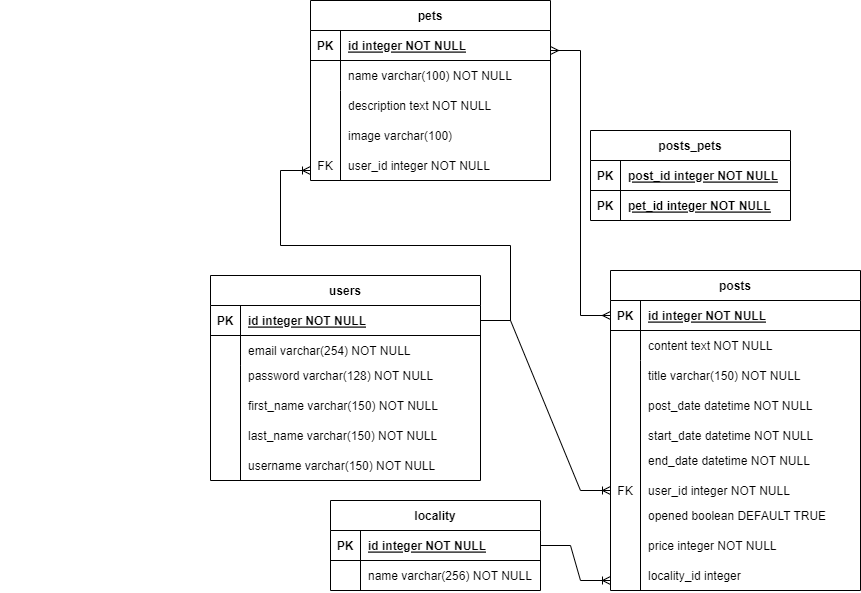
Earlier version of the draw.io export db_scheme.png (PolinaZi/pet_sitting_django). Source tidied: cells renumbered, new cells last; positions are measured from the earlier drawing's top-left corner, leaving out a move shared by most shapes. The source it was exported from:
```xml
<mxGraphModel>
  <root>
    <mxCell id="0" />
    <mxCell id="1" parent="0" />
    <mxCell id="2" value="users" style="shape=table;startSize=30;rowLines=0;fontStyle=1;align=center;" parent="1" vertex="1">
      <mxGeometry x="210" y="275" width="270" height="205" as="geometry" />
    </mxCell>
    <mxCell id="3" style="shape=partialRectangle;fillColor=none;points=[[0,0.5],[1,0.5]];portConstraint=eastwest;top=0;left=0;right=0;bottom=1;" parent="2" vertex="1">
      <mxGeometry y="30" width="270" height="30" as="geometry" />
    </mxCell>
    <mxCell id="4" value="PK" style="shape=partialRectangle;overflow=hidden;fillColor=none;top=0;left=0;bottom=0;right=0;fontStyle=1;" parent="3" vertex="1">
      <mxGeometry width="30" height="30" as="geometry" />
    </mxCell>
    <mxCell id="5" value="id integer NOT NULL" style="shape=partialRectangle;overflow=hidden;fillColor=none;top=0;left=0;bottom=0;right=0;align=left;spacingLeft=6;fontStyle=5;" parent="3" vertex="1">
      <mxGeometry x="30" width="240" height="30" as="geometry" />
    </mxCell>
    <mxCell id="6" style="shape=partialRectangle;fillColor=none;top=0;left=0;right=0;bottom=0;" parent="2" vertex="1">
      <mxGeometry y="60" width="270" height="30" as="geometry" />
    </mxCell>
    <mxCell id="7" style="shape=partialRectangle;overflow=hidden;fillColor=none;top=0;left=0;bottom=0;right=0;" parent="6" vertex="1">
      <mxGeometry width="30" height="30" as="geometry" />
    </mxCell>
    <mxCell id="8" value="email varchar(254) NOT NULL" style="shape=partialRectangle;overflow=hidden;fillColor=none;top=0;left=0;bottom=0;right=0;align=left;spacingLeft=6;" parent="6" vertex="1">
      <mxGeometry x="30" width="240" height="30" as="geometry" />
    </mxCell>
    <mxCell id="9" style="shape=partialRectangle;fillColor=none;top=0;left=0;right=0;bottom=0;" parent="2" vertex="1">
      <mxGeometry y="90" width="270" height="30" as="geometry" />
    </mxCell>
    <mxCell id="10" style="shape=partialRectangle;overflow=hidden;fillColor=none;top=0;left=0;bottom=0;right=0;" parent="9" vertex="1">
      <mxGeometry width="30" height="30" as="geometry" />
    </mxCell>
    <mxCell id="11" style="shape=partialRectangle;overflow=hidden;fillColor=none;top=0;left=0;bottom=0;right=0;align=left;spacingLeft=6;" parent="9" vertex="1">
      <mxGeometry x="30" width="240" height="30" as="geometry" />
    </mxCell>
    <mxCell id="12" style="shape=partialRectangle;overflow=hidden;fillColor=none;top=0;left=0;bottom=0;right=0;" parent="1" vertex="1">
      <mxGeometry x="210" y="365" width="30" height="30" as="geometry" />
    </mxCell>
    <mxCell id="13" value="password varchar(128) NOT NULL" style="shape=partialRectangle;overflow=hidden;fillColor=none;top=0;left=0;bottom=0;right=0;align=left;spacingLeft=6;" parent="1" vertex="1">
      <mxGeometry x="240" y="360" width="220" height="30" as="geometry" />
    </mxCell>
    <mxCell id="14" style="endArrow=none;html=1;rounded=0;" parent="1" edge="1">
      <mxGeometry relative="1" as="geometry">
        <mxPoint x="240" y="480" as="sourcePoint" />
        <mxPoint x="240" y="365" as="targetPoint" />
      </mxGeometry>
    </mxCell>
    <mxCell id="15" style="shape=partialRectangle;overflow=hidden;fillColor=none;top=0;left=0;bottom=0;right=0;fontStyle=0;" parent="1" vertex="1">
      <mxGeometry y="150" width="30" height="30" as="geometry" />
    </mxCell>
    <mxCell id="16" style="shape=partialRectangle;overflow=hidden;fillColor=none;top=0;left=0;bottom=0;right=0;" parent="1" vertex="1">
      <mxGeometry y="180" width="30" height="30" as="geometry" />
    </mxCell>
    <mxCell id="17" value="posts" style="shape=table;startSize=30;rowLines=0;fontStyle=1;align=center;" parent="1" vertex="1">
      <mxGeometry x="610" y="270" width="250" height="320" as="geometry" />
    </mxCell>
    <mxCell id="18" style="shape=partialRectangle;fillColor=none;points=[[0,0.5],[1,0.5]];portConstraint=eastwest;top=0;left=0;right=0;bottom=1;" parent="17" vertex="1">
      <mxGeometry y="30" width="250" height="30" as="geometry" />
    </mxCell>
    <mxCell id="19" value="PK" style="shape=partialRectangle;overflow=hidden;fillColor=none;top=0;left=0;bottom=0;right=0;fontStyle=1;" parent="18" vertex="1">
      <mxGeometry width="30" height="30" as="geometry" />
    </mxCell>
    <mxCell id="20" value="id integer NOT NULL" style="shape=partialRectangle;overflow=hidden;fillColor=none;top=0;left=0;bottom=0;right=0;align=left;spacingLeft=6;fontStyle=5;" parent="18" vertex="1">
      <mxGeometry x="30" width="220" height="30" as="geometry" />
    </mxCell>
    <mxCell id="21" style="shape=partialRectangle;fillColor=none;top=0;left=0;right=0;bottom=0;" parent="17" vertex="1">
      <mxGeometry y="60" width="250" height="30" as="geometry" />
    </mxCell>
    <mxCell id="22" style="shape=partialRectangle;overflow=hidden;fillColor=none;top=0;left=0;bottom=0;right=0;" parent="21" vertex="1">
      <mxGeometry width="30" height="30" as="geometry" />
    </mxCell>
    <mxCell id="23" value="content text NOT NULL" style="shape=partialRectangle;overflow=hidden;fillColor=none;top=0;left=0;bottom=0;right=0;align=left;spacingLeft=6;" parent="21" vertex="1">
      <mxGeometry x="30" width="220" height="30" as="geometry" />
    </mxCell>
    <mxCell id="24" style="shape=partialRectangle;overflow=hidden;fillColor=none;top=0;left=0;bottom=0;right=0;" parent="1" vertex="1">
      <mxGeometry x="610" y="360" width="30" height="30" as="geometry" />
    </mxCell>
    <mxCell id="25" value="title varchar(150) NOT NULL" style="shape=partialRectangle;overflow=hidden;fillColor=none;top=0;left=0;bottom=0;right=0;align=left;spacingLeft=6;" parent="1" vertex="1">
      <mxGeometry x="640" y="360" width="220" height="30" as="geometry" />
    </mxCell>
    <mxCell id="26" style="endArrow=none;html=1;rounded=0;" parent="1" edge="1">
      <mxGeometry relative="1" as="geometry">
        <mxPoint x="640" y="590" as="sourcePoint" />
        <mxPoint x="640" y="360" as="targetPoint" />
      </mxGeometry>
    </mxCell>
    <mxCell id="27" value="FK" style="shape=partialRectangle;overflow=hidden;fillColor=none;top=0;left=0;bottom=0;right=0;" parent="1" vertex="1">
      <mxGeometry x="610" y="475" width="30" height="30" as="geometry" />
    </mxCell>
    <mxCell id="28" value="post_date datetime NOT NULL" style="shape=partialRectangle;overflow=hidden;fillColor=none;top=0;left=0;bottom=0;right=0;align=left;spacingLeft=6;" parent="1" vertex="1">
      <mxGeometry x="640" y="390" width="220" height="30" as="geometry" />
    </mxCell>
    <mxCell id="29" value="pets" style="shape=table;startSize=30;rowLines=0;fontStyle=1;align=center;" parent="1" vertex="1">
      <mxGeometry x="310" width="240" height="180" as="geometry" />
    </mxCell>
    <mxCell id="30" style="shape=partialRectangle;fillColor=none;top=0;left=0;right=0;bottom=1;" parent="29" vertex="1">
      <mxGeometry y="30" width="240" height="30" as="geometry" />
    </mxCell>
    <mxCell id="31" value="PK" style="shape=partialRectangle;overflow=hidden;fillColor=none;top=0;left=0;bottom=0;right=0;fontStyle=1;" parent="30" vertex="1">
      <mxGeometry width="30" height="30" as="geometry" />
    </mxCell>
    <mxCell id="32" value="id integer NOT NULL" style="shape=partialRectangle;overflow=hidden;fillColor=none;top=0;left=0;bottom=0;right=0;align=left;spacingLeft=6;fontStyle=5;" parent="30" vertex="1">
      <mxGeometry x="30" width="210" height="30" as="geometry" />
    </mxCell>
    <mxCell id="33" style="shape=partialRectangle;fillColor=none;top=0;left=0;right=0;bottom=0;" parent="29" vertex="1">
      <mxGeometry y="60" width="240" height="30" as="geometry" />
    </mxCell>
    <mxCell id="34" style="shape=partialRectangle;overflow=hidden;fillColor=none;top=0;left=0;bottom=0;right=0;" parent="33" vertex="1">
      <mxGeometry width="30" height="30" as="geometry" />
    </mxCell>
    <mxCell id="35" value="name varchar(100) NOT NULL" style="shape=partialRectangle;overflow=hidden;fillColor=none;top=0;left=0;bottom=0;right=0;align=left;spacingLeft=6;" parent="33" vertex="1">
      <mxGeometry x="30" width="210" height="30" as="geometry" />
    </mxCell>
    <mxCell id="36" style="shape=partialRectangle;overflow=hidden;fillColor=none;top=0;left=0;bottom=0;right=0;" parent="1" vertex="1">
      <mxGeometry x="310" y="90" width="30" height="30" as="geometry" />
    </mxCell>
    <mxCell id="37" value="description text NOT NULL" style="shape=partialRectangle;overflow=hidden;fillColor=none;top=0;left=0;bottom=0;right=0;align=left;spacingLeft=6;" parent="1" vertex="1">
      <mxGeometry x="340" y="90" width="165" height="30" as="geometry" />
    </mxCell>
    <mxCell id="38" style="endArrow=none;html=1;rounded=0;" parent="1" edge="1">
      <mxGeometry relative="1" as="geometry">
        <mxPoint x="340" y="180" as="sourcePoint" />
        <mxPoint x="340" y="90" as="targetPoint" />
      </mxGeometry>
    </mxCell>
    <mxCell id="39" value="user_id integer NOT NULL" style="shape=partialRectangle;overflow=hidden;fillColor=none;top=0;left=0;bottom=0;right=0;align=left;spacingLeft=6;" parent="1" vertex="1">
      <mxGeometry x="340" y="150" width="165" height="30" as="geometry" />
    </mxCell>
    <mxCell id="40" value="first_name varchar(150) NOT NULL" style="shape=partialRectangle;overflow=hidden;fillColor=none;top=0;left=0;bottom=0;right=0;align=left;spacingLeft=6;" parent="1" vertex="1">
      <mxGeometry x="240" y="390" width="220" height="30" as="geometry" />
    </mxCell>
    <mxCell id="41" value="last_name varchar(150) NOT NULL" style="shape=partialRectangle;overflow=hidden;fillColor=none;top=0;left=0;bottom=0;right=0;align=left;spacingLeft=6;" parent="1" vertex="1">
      <mxGeometry x="240" y="420" width="220" height="30" as="geometry" />
    </mxCell>
    <mxCell id="42" value="username varchar(150) NOT NULL" style="shape=partialRectangle;overflow=hidden;fillColor=none;top=0;left=0;bottom=0;right=0;align=left;spacingLeft=6;" parent="1" vertex="1">
      <mxGeometry x="240" y="450" width="220" height="30" as="geometry" />
    </mxCell>
    <mxCell id="43" value="FK" style="shape=partialRectangle;overflow=hidden;fillColor=none;top=0;left=0;bottom=0;right=0;fontStyle=0;" parent="1" vertex="1">
      <mxGeometry x="310" y="150" width="30" height="30" as="geometry" />
    </mxCell>
    <mxCell id="44" value="start_date datetime NOT NULL" style="shape=partialRectangle;overflow=hidden;fillColor=none;top=0;left=0;bottom=0;right=0;align=left;spacingLeft=6;" parent="1" vertex="1">
      <mxGeometry x="640" y="420" width="220" height="30" as="geometry" />
    </mxCell>
    <mxCell id="45" value="end_date datetime NOT NULL" style="shape=partialRectangle;overflow=hidden;fillColor=none;top=0;left=0;bottom=0;right=0;align=left;spacingLeft=6;" parent="1" vertex="1">
      <mxGeometry x="640" y="445" width="220" height="30" as="geometry" />
    </mxCell>
    <mxCell id="46" value="user_id integer NOT NULL" style="shape=partialRectangle;overflow=hidden;fillColor=none;top=0;left=0;bottom=0;right=0;align=left;spacingLeft=6;" parent="1" vertex="1">
      <mxGeometry x="640" y="475" width="220" height="30" as="geometry" />
    </mxCell>
    <mxCell id="47" value="opened boolean DEFAULT TRUE" style="shape=partialRectangle;overflow=hidden;fillColor=none;top=0;left=0;bottom=0;right=0;align=left;spacingLeft=6;" parent="1" vertex="1">
      <mxGeometry x="640" y="500" width="220" height="30" as="geometry" />
    </mxCell>
    <mxCell id="48" style="edgeStyle=entityRelationEdgeStyle;fontSize=12;html=1;endArrow=ERoneToMany;rounded=0;" parent="1" edge="1" source="3">
      <mxGeometry relative="1" as="geometry">
        <mxPoint x="310" y="170" as="targetPoint" />
      </mxGeometry>
    </mxCell>
    <mxCell id="49" style="edgeStyle=entityRelationEdgeStyle;fontSize=12;html=1;endArrow=ERoneToMany;rounded=0;exitX=1;exitY=0.5;exitDx=0;exitDy=0;" parent="1" edge="1" source="3">
      <mxGeometry relative="1" as="geometry">
        <mxPoint x="610" y="490" as="targetPoint" />
      </mxGeometry>
    </mxCell>
    <mxCell id="50" style="edgeStyle=entityRelationEdgeStyle;fontSize=12;html=1;endArrow=ERmany;startArrow=ERmany;rounded=0;entryX=0;entryY=0.5;entryDx=0;entryDy=0;" parent="1" edge="1" target="18">
      <mxGeometry relative="1" as="geometry">
        <mxPoint x="550" y="50" as="sourcePoint" />
      </mxGeometry>
    </mxCell>
    <mxCell id="51" value="posts_pets" style="shape=table;startSize=30;rowLines=0;fontStyle=1;align=center;" parent="1" vertex="1">
      <mxGeometry x="590" y="130" width="200" height="90" as="geometry" />
    </mxCell>
    <mxCell id="52" style="shape=partialRectangle;fillColor=none;top=0;left=0;right=0;bottom=1;" parent="51" vertex="1">
      <mxGeometry y="30" width="200" height="30" as="geometry" />
    </mxCell>
    <mxCell id="53" value="PK" style="shape=partialRectangle;overflow=hidden;fillColor=none;top=0;left=0;bottom=0;right=0;fontStyle=1;" parent="52" vertex="1">
      <mxGeometry width="30" height="30" as="geometry" />
    </mxCell>
    <mxCell id="54" value="post_id integer NOT NULL" style="shape=partialRectangle;overflow=hidden;fillColor=none;top=0;left=0;bottom=0;right=0;align=left;spacingLeft=6;fontStyle=5;" parent="52" vertex="1">
      <mxGeometry x="30" width="170" height="30" as="geometry" />
    </mxCell>
    <mxCell id="55" style="shape=partialRectangle;fillColor=none;top=0;left=0;right=0;bottom=0;" parent="51" vertex="1">
      <mxGeometry y="60" width="200" height="30" as="geometry" />
    </mxCell>
    <mxCell id="56" style="shape=partialRectangle;overflow=hidden;fillColor=none;top=0;left=0;bottom=0;right=0;" parent="55" vertex="1">
      <mxGeometry width="30" height="30" as="geometry" />
    </mxCell>
    <mxCell id="57" style="shape=partialRectangle;overflow=hidden;fillColor=none;top=0;left=0;bottom=0;right=0;align=left;spacingLeft=6;" parent="55" vertex="1">
      <mxGeometry x="30" width="170" height="30" as="geometry" />
    </mxCell>
    <mxCell id="58" style="shape=partialRectangle;overflow=hidden;fillColor=none;top=0;left=0;bottom=0;right=0;" parent="1" vertex="1">
      <mxGeometry x="590" y="150" width="30" height="30" as="geometry" />
    </mxCell>
    <mxCell id="59" value="pet_id integer NOT NULL" style="shape=partialRectangle;overflow=hidden;fillColor=none;top=0;left=0;bottom=0;right=0;align=left;spacingLeft=6;fontStyle=5;" parent="1" vertex="1">
      <mxGeometry x="620" y="190" width="210" height="30" as="geometry" />
    </mxCell>
    <mxCell id="60" value="PK" style="shape=partialRectangle;overflow=hidden;fillColor=none;top=0;left=0;bottom=0;right=0;fontStyle=1;" parent="1" vertex="1">
      <mxGeometry x="590" y="190" width="30" height="30" as="geometry" />
    </mxCell>
    <mxCell id="61" value="price integer NOT NULL" style="shape=partialRectangle;overflow=hidden;fillColor=none;top=0;left=0;bottom=0;right=0;align=left;spacingLeft=6;" parent="1" vertex="1">
      <mxGeometry x="640" y="530" width="220" height="30" as="geometry" />
    </mxCell>
    <mxCell id="62" value="image varchar(100) " style="shape=partialRectangle;overflow=hidden;fillColor=none;top=0;left=0;bottom=0;right=0;align=left;spacingLeft=6;" parent="1" vertex="1">
      <mxGeometry x="340" y="120" width="180" height="30" as="geometry" />
    </mxCell>
    <mxCell id="63" value="locality_id integer " style="shape=partialRectangle;overflow=hidden;fillColor=none;top=0;left=0;bottom=0;right=0;align=left;spacingLeft=6;" parent="1" vertex="1">
      <mxGeometry x="640" y="560" width="220" height="30" as="geometry" />
    </mxCell>
    <mxCell id="64" value="locality" style="shape=table;startSize=30;rowLines=0;fontStyle=1;align=center;" parent="1" vertex="1">
      <mxGeometry x="330" y="500" width="210" height="90" as="geometry" />
    </mxCell>
    <mxCell id="65" style="shape=partialRectangle;fillColor=none;points=[[0,0.5],[1,0.5]];portConstraint=eastwest;top=0;left=0;right=0;bottom=1;" parent="64" vertex="1">
      <mxGeometry y="30" width="210" height="30" as="geometry" />
    </mxCell>
    <mxCell id="66" value="PK" style="shape=partialRectangle;overflow=hidden;fillColor=none;top=0;left=0;bottom=0;right=0;fontStyle=1;" parent="65" vertex="1">
      <mxGeometry width="30" height="30" as="geometry" />
    </mxCell>
    <mxCell id="67" value="id integer NOT NULL" style="shape=partialRectangle;overflow=hidden;fillColor=none;top=0;left=0;bottom=0;right=0;align=left;spacingLeft=6;fontStyle=5;" parent="65" vertex="1">
      <mxGeometry x="30" width="180" height="30" as="geometry" />
    </mxCell>
    <mxCell id="68" style="shape=partialRectangle;fillColor=none;top=0;left=0;right=0;bottom=0;" parent="64" vertex="1">
      <mxGeometry y="60" width="210" height="30" as="geometry" />
    </mxCell>
    <mxCell id="69" style="shape=partialRectangle;overflow=hidden;fillColor=none;top=0;left=0;bottom=0;right=0;" parent="68" vertex="1">
      <mxGeometry width="30" height="30" as="geometry" />
    </mxCell>
    <mxCell id="70" style="shape=partialRectangle;overflow=hidden;fillColor=none;top=0;left=0;bottom=0;right=0;align=left;spacingLeft=6;" parent="68" vertex="1">
      <mxGeometry x="30" width="180" height="30" as="geometry" />
    </mxCell>
    <mxCell id="71" style="shape=partialRectangle;overflow=hidden;fillColor=none;top=0;left=0;bottom=0;right=0;" parent="1" vertex="1">
      <mxGeometry x="330" y="520" width="30" height="30" as="geometry" />
    </mxCell>
    <mxCell id="72" value="name varchar(256) NOT NULL" style="shape=partialRectangle;overflow=hidden;fillColor=none;top=0;left=0;bottom=0;right=0;align=left;spacingLeft=6;fontStyle=0;" parent="1" vertex="1">
      <mxGeometry x="360" y="560" width="210" height="30" as="geometry" />
    </mxCell>
    <mxCell id="73" style="edgeStyle=entityRelationEdgeStyle;fontSize=12;html=1;endArrow=ERoneToMany;rounded=0;strokeColor=#000000;fillColor=#D89EFF;exitX=1;exitY=0.5;exitDx=0;exitDy=0;" parent="1" edge="1" source="65">
      <mxGeometry relative="1" as="geometry">
        <mxPoint x="610" y="580" as="targetPoint" />
      </mxGeometry>
    </mxCell>
  </root>
</mxGraphModel>
```
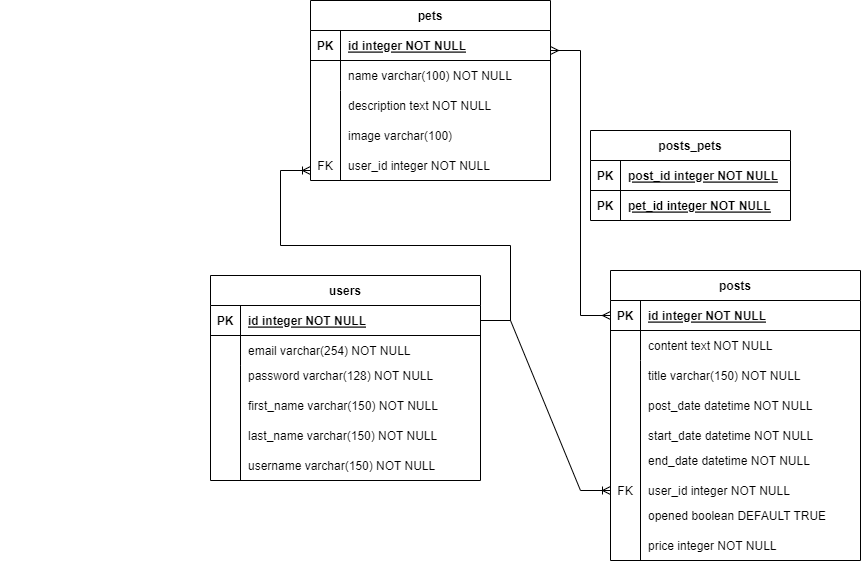
After the change.

Commit message:
dropped locality

Diff of the diagram source:
```diff
@@ -51,7 +51,7 @@
       <mxGeometry y="180" width="30" height="30" as="geometry" />
     </mxCell>
     <mxCell id="17" value="posts" style="shape=table;startSize=30;rowLines=0;fontStyle=1;align=center;" parent="1" vertex="1">
-      <mxGeometry x="610" y="270" width="250" height="320" as="geometry" />
+      <mxGeometry x="610" y="270" width="250" height="290" as="geometry" />
     </mxCell>
     <mxCell id="18" style="shape=partialRectangle;fillColor=none;points=[[0,0.5],[1,0.5]];portConstraint=eastwest;top=0;left=0;right=0;bottom=1;" parent="17" vertex="1">
       <mxGeometry y="30" width="250" height="30" as="geometry" />
@@ -79,7 +79,7 @@
     </mxCell>
     <mxCell id="26" style="endArrow=none;html=1;rounded=0;" parent="1" edge="1">
       <mxGeometry relative="1" as="geometry">
-        <mxPoint x="640" y="590" as="sourcePoint" />
+        <mxPoint x="640" y="560" as="sourcePoint" />
         <mxPoint x="640" y="360" as="targetPoint" />
       </mxGeometry>
     </mxCell>
@@ -200,40 +200,5 @@
     <mxCell id="62" value="image varchar(100) " style="shape=partialRectangle;overflow=hidden;fillColor=none;top=0;left=0;bottom=0;right=0;align=left;spacingLeft=6;" parent="1" vertex="1">
       <mxGeometry x="340" y="120" width="180" height="30" as="geometry" />
     </mxCell>
-    <mxCell id="63" value="locality_id integer " style="shape=partialRectangle;overflow=hidden;fillColor=none;top=0;left=0;bottom=0;right=0;align=left;spacingLeft=6;" parent="1" vertex="1">
-      <mxGeometry x="640" y="560" width="220" height="30" as="geometry" />
-    </mxCell>
-    <mxCell id="64" value="locality" style="shape=table;startSize=30;rowLines=0;fontStyle=1;align=center;" parent="1" vertex="1">
-      <mxGeometry x="330" y="500" width="210" height="90" as="geometry" />
-    </mxCell>
-    <mxCell id="65" style="shape=partialRectangle;fillColor=none;points=[[0,0.5],[1,0.5]];portConstraint=eastwest;top=0;left=0;right=0;bottom=1;" parent="64" vertex="1">
-      <mxGeometry y="30" width="210" height="30" as="geometry" />
-    </mxCell>
-    <mxCell id="66" value="PK" style="shape=partialRectangle;overflow=hidden;fillColor=none;top=0;left=0;bottom=0;right=0;fontStyle=1;" parent="65" vertex="1">
-      <mxGeometry width="30" height="30" as="geometry" />
-    </mxCell>
-    <mxCell id="67" value="id integer NOT NULL" style="shape=partialRectangle;overflow=hidden;fillColor=none;top=0;left=0;bottom=0;right=0;align=left;spacingLeft=6;fontStyle=5;" parent="65" vertex="1">
-      <mxGeometry x="30" width="180" height="30" as="geometry" />
-    </mxCell>
-    <mxCell id="68" style="shape=partialRectangle;fillColor=none;top=0;left=0;right=0;bottom=0;" parent="64" vertex="1">
-      <mxGeometry y="60" width="210" height="30" as="geometry" />
-    </mxCell>
-    <mxCell id="69" style="shape=partialRectangle;overflow=hidden;fillColor=none;top=0;left=0;bottom=0;right=0;" parent="68" vertex="1">
-      <mxGeometry width="30" height="30" as="geometry" />
-    </mxCell>
-    <mxCell id="70" style="shape=partialRectangle;overflow=hidden;fillColor=none;top=0;left=0;bottom=0;right=0;align=left;spacingLeft=6;" parent="68" vertex="1">
-      <mxGeometry x="30" width="180" height="30" as="geometry" />
-    </mxCell>
-    <mxCell id="71" style="shape=partialRectangle;overflow=hidden;fillColor=none;top=0;left=0;bottom=0;right=0;" parent="1" vertex="1">
-      <mxGeometry x="330" y="520" width="30" height="30" as="geometry" />
-    </mxCell>
-    <mxCell id="72" value="name varchar(256) NOT NULL" style="shape=partialRectangle;overflow=hidden;fillColor=none;top=0;left=0;bottom=0;right=0;align=left;spacingLeft=6;fontStyle=0;" parent="1" vertex="1">
-      <mxGeometry x="360" y="560" width="210" height="30" as="geometry" />
-    </mxCell>
-    <mxCell id="73" style="edgeStyle=entityRelationEdgeStyle;fontSize=12;html=1;endArrow=ERoneToMany;rounded=0;strokeColor=#000000;fillColor=#D89EFF;exitX=1;exitY=0.5;exitDx=0;exitDy=0;" parent="1" edge="1" source="65">
-      <mxGeometry relative="1" as="geometry">
-        <mxPoint x="610" y="580" as="targetPoint" />
-      </mxGeometry>
-    </mxCell>
   </root>
 </mxGraphModel>
```
